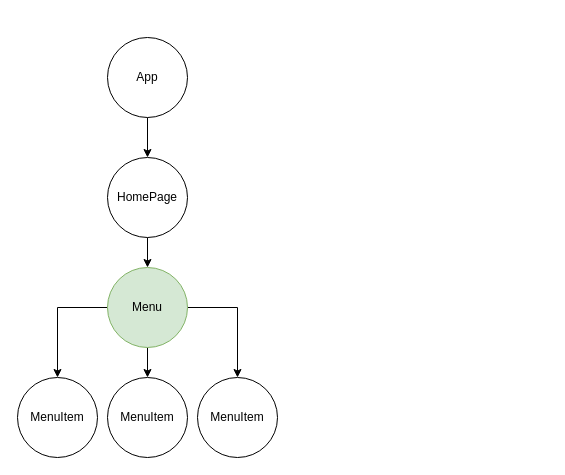
Before: state_diagram.drawio in kaung-minkhant/crwn-clothing, a draw.io diagram. Source tidied: cells renumbered, new cells numbered last; positions are measured from the earlier drawing's top-left corner, leaving out a move shared by most shapes. Both pictures are drawn from the tidied source at 100%, with x=0, y=0 at pixel (17, 37).
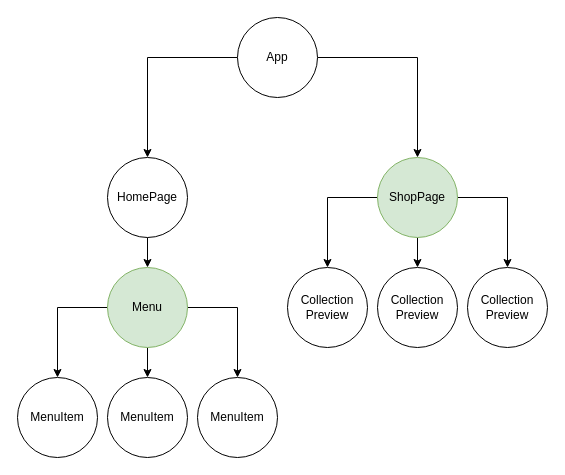
The same page after the edit.

Commit message (it also covers changes not shown here):
styled collection item and collection preview

What changed in the source:
```diff
@@
+    <mxCell id="13" style="edgeStyle=orthogonalEdgeStyle;rounded=0;jettySize=auto;html=1;entryX=0.5;entryY=0;entryDx=0;entryDy=0;" parent="1" edge="1" source="3" target="17">
+      <mxGeometry relative="1" as="geometry" />
+    </mxCell>
     <mxCell id="3" value="App" style="ellipse;whiteSpace=wrap;html=1;" parent="1" vertex="1">
-      <mxGeometry x="90" width="80" height="80" as="geometry" />
+      <mxGeometry x="220" y="-20" width="80" height="80" as="geometry" />
     </mxCell>
@@
+    <mxCell id="14" style="edgeStyle=orthogonalEdgeStyle;rounded=0;jettySize=auto;html=1;" parent="1" edge="1" source="17" target="19">
+      <mxGeometry relative="1" as="geometry" />
+    </mxCell>
+    <mxCell id="15" style="edgeStyle=orthogonalEdgeStyle;rounded=0;jettySize=auto;html=1;" parent="1" edge="1" source="17" target="18">
+      <mxGeometry relative="1" as="geometry" />
+    </mxCell>
+    <mxCell id="16" style="edgeStyle=orthogonalEdgeStyle;rounded=0;jettySize=auto;html=1;entryX=0.5;entryY=0;entryDx=0;entryDy=0;" parent="1" edge="1" source="17" target="20">
+      <mxGeometry relative="1" as="geometry" />
+    </mxCell>
+    <mxCell id="17" value="ShopPage" style="ellipse;whiteSpace=wrap;html=1;fillColor=#d5e8d4;strokeColor=#82b366;" parent="1" vertex="1">
+      <mxGeometry x="360" y="120" width="80" height="80" as="geometry" />
+    </mxCell>
+    <mxCell id="18" value="Collection&lt;br&gt;Preview" style="ellipse;whiteSpace=wrap;html=1;" parent="1" vertex="1">
+      <mxGeometry x="270" y="230" width="80" height="80" as="geometry" />
+    </mxCell>
+    <mxCell id="19" value="Collection&lt;br&gt;Preview" style="ellipse;whiteSpace=wrap;html=1;" parent="1" vertex="1">
+      <mxGeometry x="360" y="230" width="80" height="80" as="geometry" />
+    </mxCell>
+    <mxCell id="20" value="Collection&lt;br&gt;Preview" style="ellipse;whiteSpace=wrap;html=1;" parent="1" vertex="1">
+      <mxGeometry x="450" y="230" width="80" height="80" as="geometry" />
+    </mxCell>
```
